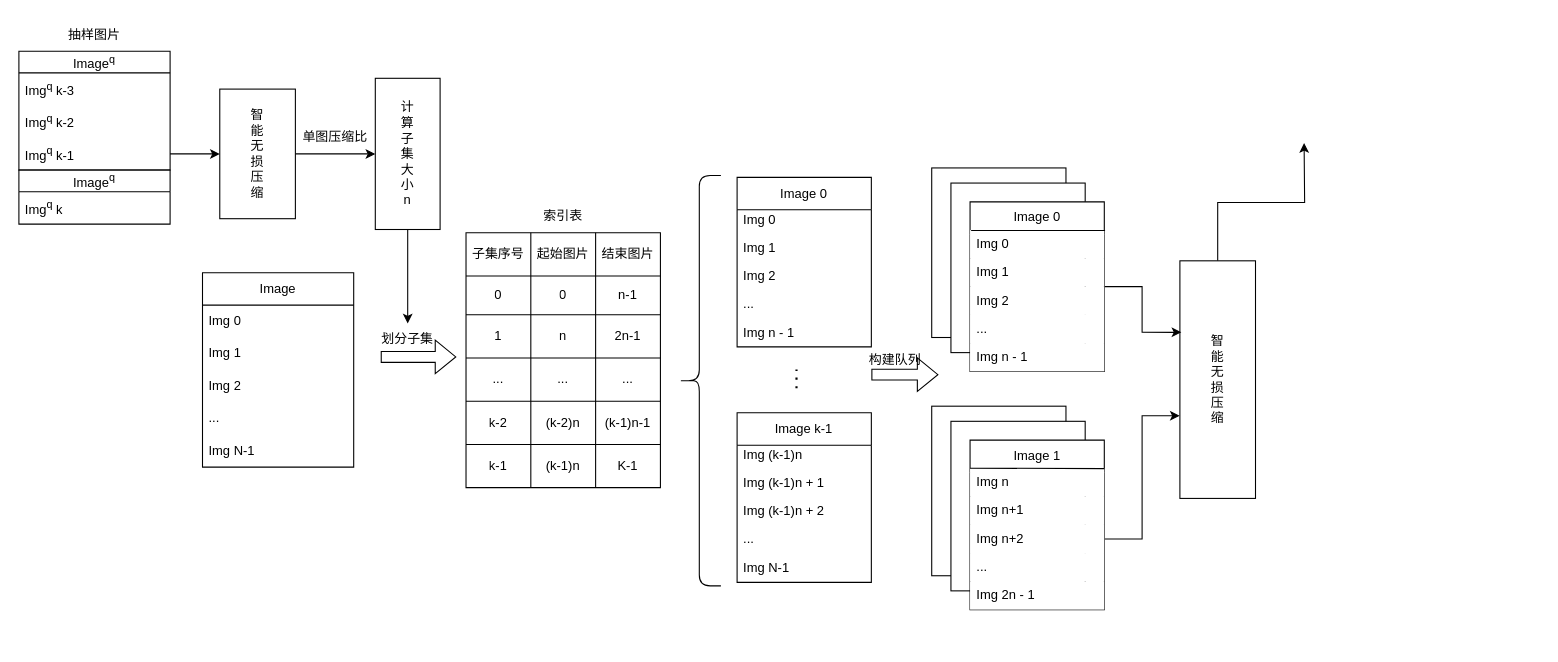
Earlier version of the draw.io diagram 子集压缩流程图.drawio (jkersmith/reimagined-doodle). Source tidied: cells renumbered, new cells numbered last; positions are measured from the earlier drawing's top-left corner, leaving out a move shared by most shapes. Both pictures are drawn from the tidied source at 108%, with x=0, y=0 at pixel (18, 18).
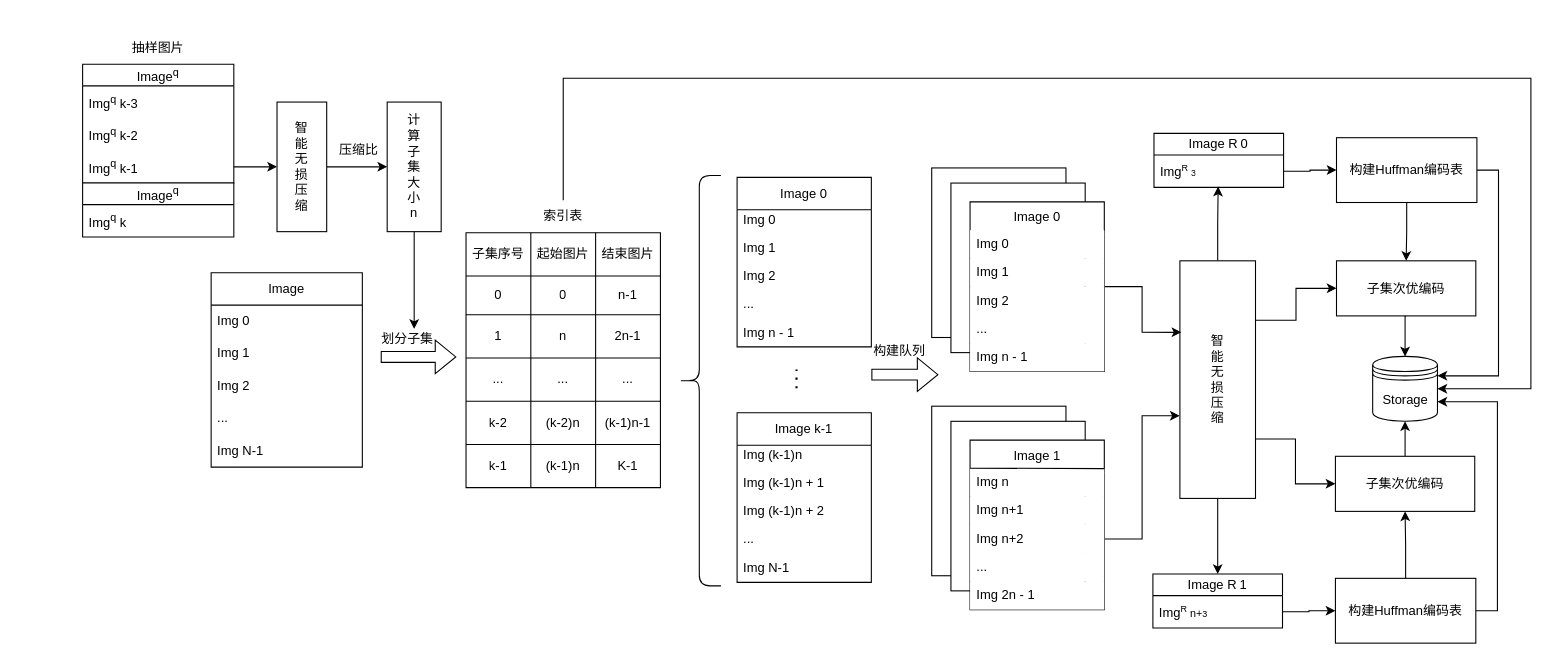
Above is the later version.

Commit message (it also covers changes not shown here):
更新子集压缩流程图.drawio

The change refers to these unchanged cells:
```xml
<mxCell id="10" value="划分子集" style="text;html=1;strokeColor=none;fillColor=none;align=center;verticalAlign=middle;whiteSpace=wrap;rounded=0;" parent="1" vertex="1">
  <mxGeometry x="330" y="282" width="60" height="30" as="geometry" />
</mxCell>
<mxCell id="48" value="索引表" style="text;html=1;strokeColor=none;fillColor=none;align=center;verticalAlign=middle;whiteSpace=wrap;rounded=0;" parent="1" vertex="1">
  <mxGeometry x="474" y="168" width="60" height="30" as="geometry" />
</mxCell>
<mxCell id="50" value="智&lt;br&gt;能&lt;br&gt;无&lt;br&gt;损&lt;br&gt;压&lt;br&gt;缩" style="rounded=0;whiteSpace=wrap;html=1;" parent="1" vertex="1">
  <mxGeometry x="1075" y="224" width="70" height="220" as="geometry" />
</mxCell>
```

Change to the diagram source:
```diff
@@
     <mxCell id="2" style="group;" parent="1" vertex="1">
-      <mxGeometry x="170" y="235" width="140" height="180" as="geometry" />
+      <mxGeometry x="178" y="235" width="140" height="180" as="geometry" />
     </mxCell>
@@
-    <mxCell id="11" style="edgeStyle=orthogonalEdgeStyle;rounded=0;jettySize=auto;html=1;exitX=0.5;exitY=1;exitDx=0;exitDy=0;entryX=0.5;entryY=0;entryDx=0;entryDy=0;" parent="1" edge="1" source="12" target="10">
-      <mxGeometry relative="1" as="geometry" />
+    <mxCell id="11" style="edgeStyle=orthogonalEdgeStyle;rounded=0;jettySize=auto;html=1;exitX=0.5;exitY=1;exitDx=0;exitDy=0;" parent="1" edge="1" source="12">
+      <mxGeometry relative="1" as="geometry">
+        <mxPoint x="366" y="287" as="targetPoint" />
+      </mxGeometry>
     </mxCell>
     <mxCell id="12" value="计&lt;br&gt;算&lt;br&gt;子&lt;br&gt;集&lt;br&gt;大&lt;br&gt;小&lt;br&gt;n" style="rounded=0;whiteSpace=wrap;html=1;" parent="1" vertex="1">
-      <mxGeometry x="330" y="55" width="60" height="140" as="geometry" />
+      <mxGeometry x="341" y="77" width="50" height="120" as="geometry" />
     </mxCell>
     <mxCell id="13" value="Image&lt;sup&gt;q&lt;/sup&gt;" style="swimlane;fontStyle=0;horizontal=1;startSize=20;whiteSpace=wrap;html=1;" parent="1" vertex="1">
-      <mxGeometry y="30" width="140" height="110" as="geometry" />
+      <mxGeometry x="59" y="42" width="140" height="110" as="geometry" />
     </mxCell>
@@
     <mxCell id="17" value="Image&lt;sup&gt;q&lt;/sup&gt;" style="swimlane;fontStyle=0;horizontal=1;startSize=20;whiteSpace=wrap;html=1;" parent="1" vertex="1">
-      <mxGeometry y="140" width="140" height="50" as="geometry" />
+      <mxGeometry x="59" y="152" width="140" height="50" as="geometry" />
     </mxCell>
     <mxCell id="18" value="Img&lt;sup&gt;q&lt;/sup&gt; k" style="text;strokeColor=none;fillColor=none;align=left;verticalAlign=middle;spacingLeft=4;spacingRight=4;overflow=hidden;whiteSpace=wrap;html=1;" parent="1" vertex="1">
-      <mxGeometry y="160" width="140" height="30" as="geometry" />
+      <mxGeometry x="59" y="172" width="140" height="30" as="geometry" />
     </mxCell>
@@
     <mxCell id="20" value="智&lt;br&gt;能&lt;br&gt;无&lt;br&gt;损&lt;br&gt;压&lt;br&gt;缩" style="rounded=0;whiteSpace=wrap;html=1;" parent="1" vertex="1">
-      <mxGeometry x="186" y="65" width="70" height="120" as="geometry" />
+      <mxGeometry x="239" y="77" width="46" height="120" as="geometry" />
     </mxCell>
@@
-    <mxCell id="22" value="单图压缩比" style="text;html=1;strokeColor=none;fillColor=none;align=center;verticalAlign=middle;whiteSpace=wrap;rounded=0;" parent="1" vertex="1">
-      <mxGeometry x="258" y="100" width="70" height="20" as="geometry" />
+    <mxCell id="22" value="压缩比" style="text;html=1;strokeColor=none;fillColor=none;align=center;verticalAlign=middle;whiteSpace=wrap;rounded=0;" parent="1" vertex="1">
+      <mxGeometry x="280" y="112" width="70" height="20" as="geometry" />
     </mxCell>
@@
+    <mxCell id="93" style="edgeStyle=orthogonalEdgeStyle;rounded=0;jettySize=auto;html=1;exitX=0.5;exitY=0;exitDx=0;exitDy=0;entryX=1;entryY=0.5;entryDx=0;entryDy=0;" parent="1" edge="1" source="48" target="113">
+      <mxGeometry relative="1" as="geometry">
+        <Array as="points">
+          <mxPoint x="504" y="55" />
+          <mxPoint x="1400" y="55" />
+          <mxPoint x="1400" y="343" />
+        </Array>
+      </mxGeometry>
+    </mxCell>
@@
-    <mxCell id="49" style="edgeStyle=orthogonalEdgeStyle;rounded=0;jettySize=auto;html=1;exitX=0.5;exitY=0;exitDx=0;exitDy=0;" parent="1" edge="1" source="50">
-      <mxGeometry relative="1" as="geometry">
-        <mxPoint x="1190" y="115" as="targetPoint" />
-      </mxGeometry>
+    <mxCell id="49" style="edgeStyle=orthogonalEdgeStyle;rounded=0;jettySize=auto;html=1;exitX=0.5;exitY=0;exitDx=0;exitDy=0;entryX=0.495;entryY=0.976;entryDx=0;entryDy=0;entryPerimeter=0;" parent="1" edge="1" source="50" target="98">
+      <mxGeometry relative="1" as="geometry" />
     </mxCell>
+    <mxCell id="94" style="edgeStyle=orthogonalEdgeStyle;rounded=0;jettySize=auto;html=1;entryX=0.5;entryY=0;entryDx=0;entryDy=0;" parent="1" edge="1" source="50" target="99">
+      <mxGeometry relative="1" as="geometry" />
+    </mxCell>
+    <mxCell id="95" style="edgeStyle=orthogonalEdgeStyle;rounded=0;jettySize=auto;html=1;exitX=1;exitY=0.25;exitDx=0;exitDy=0;entryX=0;entryY=0.5;entryDx=0;entryDy=0;" parent="1" edge="1" source="50" target="102">
+      <mxGeometry relative="1" as="geometry" />
+    </mxCell>
+    <mxCell id="96" style="edgeStyle=orthogonalEdgeStyle;rounded=0;jettySize=auto;html=1;exitX=1;exitY=0.75;exitDx=0;exitDy=0;entryX=0;entryY=0.5;entryDx=0;entryDy=0;" parent="1" edge="1" source="50" target="110">
+      <mxGeometry relative="1" as="geometry" />
+    </mxCell>
@@
     <mxCell id="51" value="抽样图片" style="text;html=1;strokeColor=none;fillColor=none;align=center;verticalAlign=middle;whiteSpace=wrap;rounded=0;" parent="1" vertex="1">
-      <mxGeometry x="40" width="60" height="30" as="geometry" />
+      <mxGeometry x="99" y="12" width="60" height="30" as="geometry" />
     </mxCell>
@@
-    <mxCell id="55" style="group;" parent="1" vertex="1">
-      <mxGeometry x="665" y="138" width="340" height="409" as="geometry" />
-    </mxCell>
+    <mxCell id="92" style="endArrow=none;html=1;rounded=0;entryX=0.999;entryY=0.008;entryDx=0;entryDy=0;entryPerimeter=0;" parent="1" edge="1">
+      <mxGeometry relative="1" as="geometry">
+        <mxPoint x="881.7" y="196" as="sourcePoint" />
+        <mxPoint x="1005.7" y="196" as="targetPoint" />
+      </mxGeometry>
+    </mxCell>
+    <mxCell id="97" value="Image R&lt;span style=&quot;font-size: 10px;&quot;&gt; &lt;/span&gt;0" style="swimlane;fontStyle=0;horizontal=1;startSize=20;whiteSpace=wrap;html=1;" parent="1" vertex="1">
+      <mxGeometry x="1051" y="106" width="120" height="50" as="geometry" />
+    </mxCell>
+    <mxCell id="98" value="Img&lt;span style=&quot;font-size: 10px;&quot;&gt;&lt;sup&gt;R&lt;/sup&gt;&amp;nbsp;&lt;/span&gt;&lt;span style=&quot;font-size: 8.33333px;&quot;&gt;3&lt;/span&gt;" style="text;strokeColor=none;fillColor=none;align=left;verticalAlign=middle;spacingLeft=4;spacingRight=4;overflow=hidden;points=[[0,0.5],[1,0.5]];portConstraint=eastwest;whiteSpace=wrap;html=1;" parent="97" vertex="1">
+      <mxGeometry y="20" width="120" height="30" as="geometry" />
+    </mxCell>
+    <mxCell id="99" value="Image R&lt;span style=&quot;font-size: 10px;&quot;&gt; &lt;/span&gt;1" style="swimlane;fontStyle=0;horizontal=1;startSize=20;whiteSpace=wrap;html=1;" parent="1" vertex="1">
+      <mxGeometry x="1050" y="514" width="120" height="50" as="geometry" />
+    </mxCell>
+    <mxCell id="100" value="Img&lt;span style=&quot;font-size: 10px;&quot;&gt;&lt;sup&gt;R&lt;/sup&gt;&amp;nbsp;n+&lt;/span&gt;&lt;span style=&quot;font-size: 8.33333px;&quot;&gt;3&lt;/span&gt;" style="text;strokeColor=none;fillColor=none;align=left;verticalAlign=middle;spacingLeft=4;spacingRight=4;overflow=hidden;points=[[0,0.5],[1,0.5]];portConstraint=eastwest;whiteSpace=wrap;html=1;" parent="99" vertex="1">
+      <mxGeometry y="20" width="120" height="30" as="geometry" />
+    </mxCell>
+    <mxCell id="101" style="edgeStyle=orthogonalEdgeStyle;rounded=0;jettySize=auto;html=1;exitX=0.5;exitY=1;exitDx=0;exitDy=0;entryX=0.5;entryY=0;entryDx=0;entryDy=0;" parent="1" edge="1" source="102" target="113">
+      <mxGeometry relative="1" as="geometry" />
+    </mxCell>
+    <mxCell id="102" value="子集次优编码" style="rounded=0;whiteSpace=wrap;html=1;" parent="1" vertex="1">
+      <mxGeometry x="1220" y="224" width="129" height="51" as="geometry" />
+    </mxCell>
+    <mxCell id="103" style="edgeStyle=orthogonalEdgeStyle;rounded=0;jettySize=auto;html=1;exitX=0.5;exitY=1;exitDx=0;exitDy=0;" parent="1" edge="1" source="105" target="102">
+      <mxGeometry relative="1" as="geometry" />
+    </mxCell>
+    <mxCell id="104" style="edgeStyle=orthogonalEdgeStyle;rounded=0;jettySize=auto;html=1;exitX=1;exitY=0.5;exitDx=0;exitDy=0;entryX=1;entryY=0.3;entryDx=0;entryDy=0;" parent="1" edge="1" source="105" target="113">
+      <mxGeometry relative="1" as="geometry" />
+    </mxCell>
+    <mxCell id="105" value="构建Huffman编码表" style="rounded=0;whiteSpace=wrap;html=1;" parent="1" vertex="1">
+      <mxGeometry x="1220" y="110" width="130" height="60" as="geometry" />
+    </mxCell>
+    <mxCell id="106" style="edgeStyle=orthogonalEdgeStyle;rounded=0;jettySize=auto;html=1;exitX=0.5;exitY=0;exitDx=0;exitDy=0;entryX=0.5;entryY=1;entryDx=0;entryDy=0;" parent="1" edge="1" source="108" target="110">
+      <mxGeometry relative="1" as="geometry" />
+    </mxCell>
+    <mxCell id="107" style="edgeStyle=orthogonalEdgeStyle;rounded=0;jettySize=auto;html=1;exitX=1;exitY=0.5;exitDx=0;exitDy=0;entryX=1;entryY=0.7;entryDx=0;entryDy=0;" parent="1" edge="1" source="108" target="113">
+      <mxGeometry relative="1" as="geometry" />
+    </mxCell>
+    <mxCell id="108" value="构建Huffman编码表" style="rounded=0;whiteSpace=wrap;html=1;" parent="1" vertex="1">
+      <mxGeometry x="1219" y="518" width="130" height="60" as="geometry" />
+    </mxCell>
+    <mxCell id="109" style="edgeStyle=orthogonalEdgeStyle;rounded=0;jettySize=auto;html=1;exitX=0.5;exitY=0;exitDx=0;exitDy=0;entryX=0.5;entryY=1;entryDx=0;entryDy=0;" parent="1" edge="1" source="110" target="113">
+      <mxGeometry relative="1" as="geometry" />
+    </mxCell>
+    <mxCell id="110" value="子集次优编码" style="rounded=0;whiteSpace=wrap;html=1;" parent="1" vertex="1">
+      <mxGeometry x="1219" y="405" width="129" height="51" as="geometry" />
+    </mxCell>
+    <mxCell id="111" style="edgeStyle=orthogonalEdgeStyle;rounded=0;jettySize=auto;html=1;exitX=1;exitY=0.5;exitDx=0;exitDy=0;entryX=0;entryY=0.5;entryDx=0;entryDy=0;" parent="1" edge="1" source="100" target="108">
+      <mxGeometry relative="1" as="geometry" />
+    </mxCell>
+    <mxCell id="112" style="edgeStyle=orthogonalEdgeStyle;rounded=0;jettySize=auto;html=1;exitX=1;exitY=0.5;exitDx=0;exitDy=0;entryX=0;entryY=0.5;entryDx=0;entryDy=0;" parent="1" edge="1" source="98" target="105">
+      <mxGeometry relative="1" as="geometry" />
+    </mxCell>
+    <mxCell id="113" value="Storage" style="shape=datastore;whiteSpace=wrap;html=1;" parent="1" vertex="1">
+      <mxGeometry x="1253.5" y="312.5" width="60" height="60" as="geometry" />
+    </mxCell>
-    <mxCell id="56" style="rounded=0;whiteSpace=wrap;html=1;" parent="55" vertex="1">
-      <mxGeometry x="180.2" width="124.3" height="157" as="geometry" />
+    <mxCell id="56" style="rounded=0;whiteSpace=wrap;html=1;" parent="1" vertex="1">
+      <mxGeometry x="845.2" y="138" width="124.3" height="157" as="geometry" />
     </mxCell>
-    <mxCell id="57" style="group;" parent="55" vertex="1">
-      <mxGeometry y="226.7" width="124.3" height="157" as="geometry" />
+    <mxCell id="57" style="group;" parent="1" vertex="1">
+      <mxGeometry x="665" y="364.7" width="124.3" height="157" as="geometry" />
     </mxCell>
@@
-    <mxCell id="64" style="group;" parent="55" vertex="1">
-      <mxGeometry y="8.7" width="124.3" height="157" as="geometry" />
+    <mxCell id="64" style="group;" parent="1" vertex="1">
+      <mxGeometry x="665" y="146.7" width="124.3" height="157" as="geometry" />
     </mxCell>
@@
-    <mxCell id="71" style="endArrow=none;dashed=1;html=1;dashPattern=1 3;strokeWidth=2;rounded=0;" parent="55" edge="1">
+    <mxCell id="71" style="endArrow=none;dashed=1;html=1;dashPattern=1 3;strokeWidth=2;rounded=0;" parent="1" edge="1">
       <mxGeometry relative="1" as="geometry">
-        <mxPoint x="55" y="204.1" as="sourcePoint" />
-        <mxPoint x="55" y="186.6" as="targetPoint" />
+        <mxPoint x="720" y="342.1" as="sourcePoint" />
+        <mxPoint x="720" y="324.6" as="targetPoint" />
       </mxGeometry>
     </mxCell>
-    <mxCell id="72" style="rounded=0;whiteSpace=wrap;html=1;" parent="55" vertex="1">
-      <mxGeometry x="198" y="14" width="124.3" height="157" as="geometry" />
+    <mxCell id="72" style="rounded=0;whiteSpace=wrap;html=1;" parent="1" vertex="1">
+      <mxGeometry x="863" y="152" width="124.3" height="157" as="geometry" />
     </mxCell>
-    <mxCell id="73" style="group;" parent="55" vertex="1">
-      <mxGeometry x="215.7" y="31.4" width="124.3" height="157" as="geometry" />
+    <mxCell id="73" style="group;" parent="1" vertex="1">
+      <mxGeometry x="880.7" y="169.4" width="124.3" height="157" as="geometry" />
     </mxCell>
@@
-    <mxCell id="80" style="rounded=0;whiteSpace=wrap;html=1;" parent="55" vertex="1">
-      <mxGeometry x="180.2" y="220.6" width="124.3" height="157" as="geometry" />
+    <mxCell id="80" style="rounded=0;whiteSpace=wrap;html=1;" parent="1" vertex="1">
+      <mxGeometry x="845.2" y="358.6" width="124.3" height="157" as="geometry" />
     </mxCell>
-    <mxCell id="81" style="rounded=0;whiteSpace=wrap;html=1;" parent="55" vertex="1">
-      <mxGeometry x="198" y="234.6" width="124.3" height="157" as="geometry" />
+    <mxCell id="81" style="rounded=0;whiteSpace=wrap;html=1;" parent="1" vertex="1">
+      <mxGeometry x="863" y="372.6" width="124.3" height="157" as="geometry" />
     </mxCell>
-    <mxCell id="82" style="group;" parent="55" vertex="1">
-      <mxGeometry x="215.7" y="252" width="124.3" height="157" as="geometry" />
+    <mxCell id="82" style="group;" parent="1" vertex="1">
+      <mxGeometry x="880.7" y="390" width="124.3" height="157" as="geometry" />
     </mxCell>
@@
-    <mxCell id="90" style="shape=flexArrow;endArrow=classic;html=1;rounded=0;" parent="55" edge="1">
+    <mxCell id="90" style="shape=flexArrow;endArrow=classic;html=1;rounded=0;" parent="1" edge="1">
       <mxGeometry relative="1" as="geometry">
-        <mxPoint x="124.3" y="191.4" as="sourcePoint" />
-        <mxPoint x="186.4" y="191.4" as="targetPoint" />
+        <mxPoint x="789.3" y="329.4" as="sourcePoint" />
+        <mxPoint x="851.4" y="329.4" as="targetPoint" />
       </mxGeometry>
     </mxCell>
-    <mxCell id="91" value="构建队列" style="text;html=1;strokeColor=none;fillColor=none;align=center;verticalAlign=middle;whiteSpace=wrap;rounded=0;" parent="55" vertex="1">
-      <mxGeometry x="119.8" y="164.8" width="53.3" height="26.2" as="geometry" />
+    <mxCell id="91" value="构建队列" style="text;html=1;strokeColor=none;fillColor=none;align=center;verticalAlign=middle;whiteSpace=wrap;rounded=0;" parent="1" vertex="1">
+      <mxGeometry x="789.3" y="295" width="53.3" height="26.2" as="geometry" />
     </mxCell>
-    <mxCell id="92" style="endArrow=none;html=1;rounded=0;entryX=0.999;entryY=0.008;entryDx=0;entryDy=0;entryPerimeter=0;" parent="1" edge="1">
-      <mxGeometry relative="1" as="geometry">
-        <mxPoint x="881.7" y="196" as="sourcePoint" />
-        <mxPoint x="1005.7" y="196" as="targetPoint" />
-      </mxGeometry>
-    </mxCell>
```
